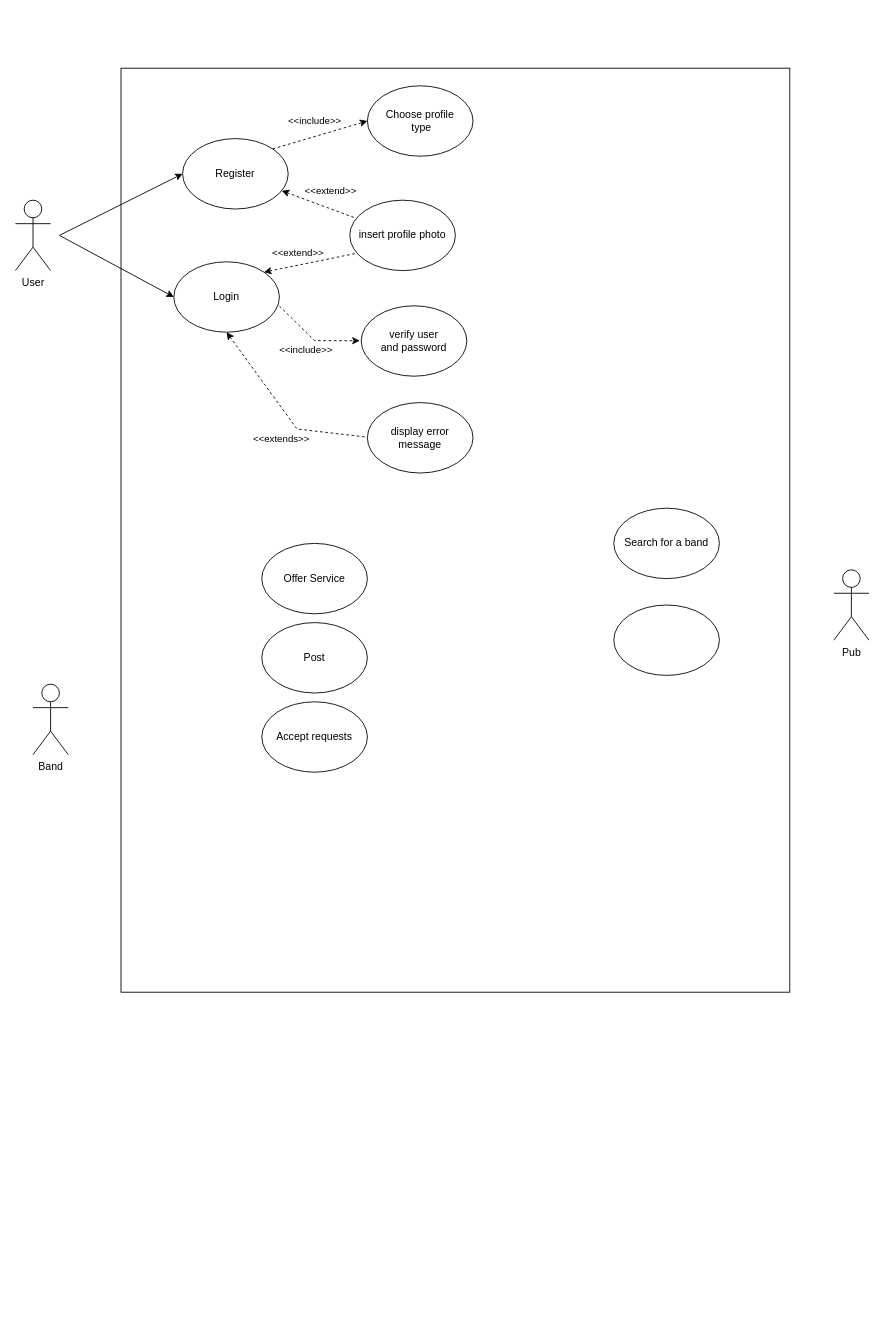
This is 01. Introdução POO/Untitled Diagram.drawio from hgrafa/diagrams-black-hole, a draw.io file, before an edit. Source tidied: cells renumbered, new cells numbered last; positions are measured from the earlier drawing's top-left corner, leaving out a move shared by most shapes. Both pictures are drawn from the tidied source at 88%, with x=0, y=0 at pixel (15, 68).
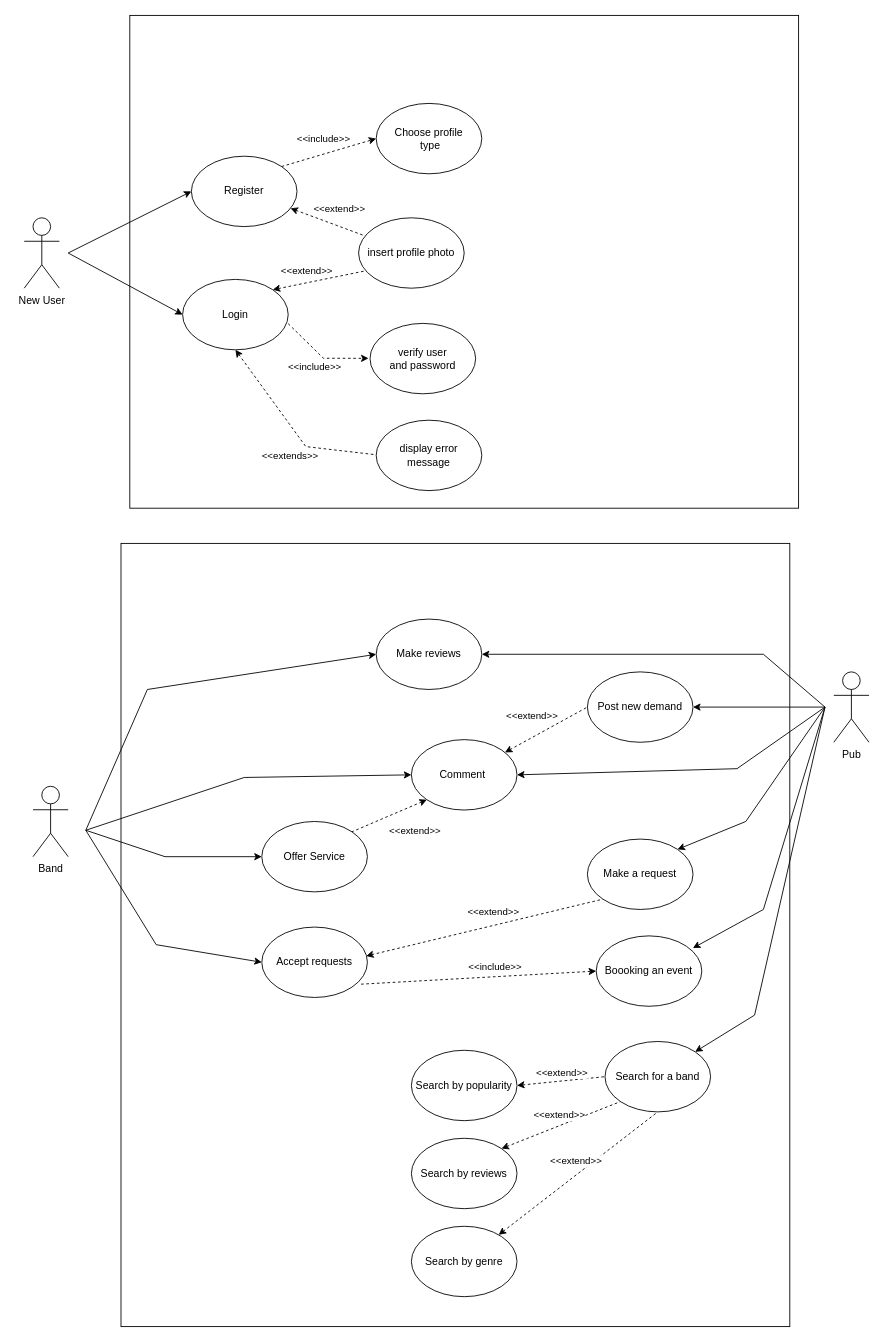
The same diagram, later.

Commit message:
Updating findmyart use case diagrams

Diff of the diagram source:
```diff
@@
+    <mxCell id="29" style="rounded=0;whiteSpace=wrap;html=1;" parent="1" vertex="1">
+      <mxGeometry x="120" y="540" width="760" height="890" as="geometry" />
+    </mxCell>
     <mxCell id="2" style="rounded=0;whiteSpace=wrap;html=1;" parent="1" vertex="1">
-      <mxGeometry x="120" width="760" height="1050" as="geometry" />
+      <mxGeometry x="130" y="-60" width="760" height="560" as="geometry" />
     </mxCell>
-    <mxCell id="3" value="User" style="shape=umlActor;verticalLabelPosition=bottom;verticalAlign=top;html=1;" parent="1" vertex="1">
-      <mxGeometry y="150" width="40" height="80" as="geometry" />
+    <mxCell id="3" value="New User" style="shape=umlActor;verticalLabelPosition=bottom;verticalAlign=top;html=1;" parent="1" vertex="1">
+      <mxGeometry x="10" y="170" width="40" height="80" as="geometry" />
     </mxCell>
     <mxCell id="4" value="Login" style="ellipse;whiteSpace=wrap;html=1;" parent="1" vertex="1">
-      <mxGeometry x="180" y="220" width="120" height="80" as="geometry" />
+      <mxGeometry x="190" y="240" width="120" height="80" as="geometry" />
     </mxCell>
     <mxCell id="5" value="Pub" style="shape=umlActor;verticalLabelPosition=bottom;verticalAlign=top;html=1;" parent="1" vertex="1">
-      <mxGeometry x="930" y="570" width="40" height="80" as="geometry" />
+      <mxGeometry x="930" y="686" width="40" height="80" as="geometry" />
     </mxCell>
     <mxCell id="6" style="endArrow=classic;html=1;rounded=0;entryX=0;entryY=0.5;entryDx=0;entryDy=0;" parent="1" edge="1" target="4">
       <mxGeometry relative="1" as="geometry">
-        <mxPoint x="50" y="190" as="sourcePoint" />
+        <mxPoint x="60" y="210" as="sourcePoint" />
       </mxGeometry>
     </mxCell>
     <mxCell id="7" value="Register" style="ellipse;whiteSpace=wrap;html=1;" parent="1" vertex="1">
-      <mxGeometry x="190" y="80" width="120" height="80" as="geometry" />
+      <mxGeometry x="200" y="100" width="120" height="80" as="geometry" />
     </mxCell>
     <mxCell id="8" style="endArrow=classic;html=1;rounded=0;entryX=0;entryY=0.5;entryDx=0;entryDy=0;" parent="1" edge="1" target="7">
       <mxGeometry relative="1" as="geometry">
-        <mxPoint x="50" y="190" as="sourcePoint" />
+        <mxPoint x="60" y="210" as="sourcePoint" />
       </mxGeometry>
     </mxCell>
     <mxCell id="9" value="Choose profile&lt;br&gt;&amp;nbsp;type" style="ellipse;whiteSpace=wrap;html=1;" parent="1" vertex="1">
-      <mxGeometry x="400" y="20" width="120" height="80" as="geometry" />
+      <mxGeometry x="410" y="40" width="120" height="80" as="geometry" />
     </mxCell>
     <mxCell id="10" value="insert profile photo" style="ellipse;whiteSpace=wrap;html=1;" parent="1" vertex="1">
-      <mxGeometry x="380" y="150" width="120" height="80" as="geometry" />
+      <mxGeometry x="390" y="170" width="120" height="80" as="geometry" />
     </mxCell>
@@
-    <mxCell id="15" style="endArrow=classic;html=1;rounded=0;dashed=1;exitX=1;exitY=0;exitDx=0;exitDy=0;entryX=0;entryY=0.5;entryDx=0;entryDy=0;" parent="1" edge="1" source="7" target="9">
-      <mxGeometry relative="1" as="geometry" />
+    <mxCell id="15" style="endArrow=classic;html=1;rounded=0;dashed=1;exitX=1;exitY=0;exitDx=0;exitDy=0;" parent="1" edge="1" source="7">
+      <mxGeometry relative="1" as="geometry">
+        <mxPoint x="410" y="80" as="targetPoint" />
+      </mxGeometry>
     </mxCell>
@@
     <mxCell id="17" value="verify user&lt;br&gt;and password" style="ellipse;whiteSpace=wrap;html=1;" parent="1" vertex="1">
-      <mxGeometry x="393" y="270" width="120" height="80" as="geometry" />
+      <mxGeometry x="403" y="290" width="120" height="80" as="geometry" />
     </mxCell>
     <mxCell id="18" style="endArrow=classic;html=1;rounded=0;dashed=1;exitX=1;exitY=0;exitDx=0;exitDy=0;entryX=0.011;entryY=0.638;entryDx=0;entryDy=0;entryPerimeter=0;" parent="1" edge="1">
       <mxGeometry relative="1" as="geometry">
-        <mxPoint x="300" y="270.3" as="sourcePoint" />
-        <mxPoint x="391.3" y="309.7" as="targetPoint" />
+        <mxPoint x="310" y="290.3" as="sourcePoint" />
+        <mxPoint x="401.3" y="329.7" as="targetPoint" />
         <Array as="points">
-          <mxPoint x="340" y="309.6" />
+          <mxPoint x="350" y="329.6" />
         </Array>
       </mxGeometry>
     </mxCell>
@@
     <mxCell id="20" value="display error&lt;br&gt;message" style="ellipse;whiteSpace=wrap;html=1;" parent="1" vertex="1">
-      <mxGeometry x="400" y="380" width="120" height="80" as="geometry" />
+      <mxGeometry x="410" y="400" width="120" height="80" as="geometry" />
     </mxCell>
     <mxCell id="21" style="endArrow=none;html=1;rounded=0;dashed=1;entryX=0.011;entryY=0.638;entryDx=0;entryDy=0;entryPerimeter=0;exitX=0.5;exitY=1;exitDx=0;exitDy=0;endFill=0;startArrow=classic;startFill=1;" parent="1" edge="1" source="4">
       <mxGeometry relative="1" as="geometry">
-        <mxPoint x="400" y="419.3" as="targetPoint" />
+        <mxPoint x="410" y="439.3" as="targetPoint" />
         <Array as="points">
-          <mxPoint x="320" y="410" />
+          <mxPoint x="330" y="430" />
         </Array>
       </mxGeometry>
     </mxCell>
@@
     <mxCell id="23" value="Band" style="shape=umlActor;verticalLabelPosition=bottom;verticalAlign=top;html=1;" parent="1" vertex="1">
-      <mxGeometry x="20" y="700" width="40" height="80" as="geometry" />
+      <mxGeometry x="20" y="816" width="40" height="80" as="geometry" />
     </mxCell>
     <mxCell id="24" value="Offer Service" style="ellipse;whiteSpace=wrap;html=1;" parent="1" vertex="1">
-      <mxGeometry x="280" y="540" width="120" height="80" as="geometry" />
+      <mxGeometry x="280" y="856" width="120" height="80" as="geometry" />
     </mxCell>
-    <mxCell id="25" value="Post" style="ellipse;whiteSpace=wrap;html=1;" parent="1" vertex="1">
-      <mxGeometry x="280" y="630" width="120" height="80" as="geometry" />
+    <mxCell id="25" value="Comment&amp;nbsp;" style="ellipse;whiteSpace=wrap;html=1;" parent="1" vertex="1">
+      <mxGeometry x="450" y="763" width="120" height="80" as="geometry" />
     </mxCell>
     <mxCell id="26" value="Accept requests" style="ellipse;whiteSpace=wrap;html=1;" parent="1" vertex="1">
-      <mxGeometry x="280" y="720" width="120" height="80" as="geometry" />
+      <mxGeometry x="280" y="976" width="120" height="80" as="geometry" />
     </mxCell>
     <mxCell id="27" value="Search for a band" style="ellipse;whiteSpace=wrap;html=1;" parent="1" vertex="1">
-      <mxGeometry x="680" y="500" width="120" height="80" as="geometry" />
+      <mxGeometry x="670" y="1106" width="120" height="80" as="geometry" />
     </mxCell>
-    <mxCell id="28" style="ellipse;whiteSpace=wrap;html=1;" parent="1" vertex="1">
-      <mxGeometry x="680" y="610" width="120" height="80" as="geometry" />
+    <mxCell id="28" value="Post new demand" style="ellipse;whiteSpace=wrap;html=1;" parent="1" vertex="1">
+      <mxGeometry x="650" y="686" width="120" height="80" as="geometry" />
     </mxCell>
+    <mxCell id="30" value="Make reviews" style="ellipse;whiteSpace=wrap;html=1;" parent="1" vertex="1">
+      <mxGeometry x="410" y="626" width="120" height="80" as="geometry" />
+    </mxCell>
+    <mxCell id="31" style="endArrow=none;html=1;rounded=0;dashed=1;endFill=0;startArrow=classic;startFill=1;entryX=0;entryY=0.5;entryDx=0;entryDy=0;" parent="1" edge="1" source="25" target="28">
+      <mxGeometry relative="1" as="geometry" />
+    </mxCell>
+    <mxCell id="32" value="&amp;lt;&amp;lt;extend&amp;gt;&amp;gt;" style="edgeLabel;html=1;align=center;verticalAlign=middle;" parent="31" vertex="1">
+      <mxGeometry x="0.31" y="-1" relative="1" as="geometry">
+        <mxPoint x="-32" y="-9" as="offset" />
+      </mxGeometry>
+    </mxCell>
+    <mxCell id="33" style="endArrow=classic;html=1;rounded=0;entryX=1;entryY=0.5;entryDx=0;entryDy=0;" parent="1" edge="1" target="28">
+      <mxGeometry relative="1" as="geometry">
+        <mxPoint x="920" y="726" as="sourcePoint" />
+      </mxGeometry>
+    </mxCell>
+    <mxCell id="34" style="endArrow=classic;html=1;rounded=0;entryX=0;entryY=0.5;entryDx=0;entryDy=0;" parent="1" edge="1" target="30">
+      <mxGeometry relative="1" as="geometry">
+        <mxPoint x="80" y="866" as="sourcePoint" />
+        <Array as="points">
+          <mxPoint x="150" y="706" />
+        </Array>
+      </mxGeometry>
+    </mxCell>
+    <mxCell id="35" style="endArrow=classic;html=1;rounded=0;entryX=1;entryY=0.5;entryDx=0;entryDy=0;" parent="1" edge="1" target="30">
+      <mxGeometry relative="1" as="geometry">
+        <mxPoint x="920" y="726" as="sourcePoint" />
+        <Array as="points">
+          <mxPoint x="850" y="666" />
+        </Array>
+      </mxGeometry>
+    </mxCell>
+    <mxCell id="36" style="endArrow=classic;html=1;rounded=0;entryX=0;entryY=0.5;entryDx=0;entryDy=0;" parent="1" edge="1" target="25">
+      <mxGeometry relative="1" as="geometry">
+        <mxPoint x="80" y="866" as="sourcePoint" />
+        <Array as="points">
+          <mxPoint x="260" y="806" />
+        </Array>
+      </mxGeometry>
+    </mxCell>
+    <mxCell id="37" value="Boooking an event" style="ellipse;whiteSpace=wrap;html=1;" parent="1" vertex="1">
+      <mxGeometry x="660" y="986" width="120" height="80" as="geometry" />
+    </mxCell>
+    <mxCell id="38" style="endArrow=classic;html=1;rounded=0;entryX=0;entryY=0.5;entryDx=0;entryDy=0;" parent="1" edge="1" target="24">
+      <mxGeometry relative="1" as="geometry">
+        <mxPoint x="80" y="866" as="sourcePoint" />
+        <Array as="points">
+          <mxPoint x="170" y="896" />
+        </Array>
+      </mxGeometry>
+    </mxCell>
+    <mxCell id="39" style="endArrow=classic;html=1;rounded=0;entryX=0;entryY=0.5;entryDx=0;entryDy=0;" parent="1" edge="1" target="26">
+      <mxGeometry relative="1" as="geometry">
+        <mxPoint x="80" y="866" as="sourcePoint" />
+        <Array as="points">
+          <mxPoint x="160" y="996" />
+        </Array>
+      </mxGeometry>
+    </mxCell>
+    <mxCell id="40" value="Make a request" style="ellipse;whiteSpace=wrap;html=1;" parent="1" vertex="1">
+      <mxGeometry x="650" y="876" width="120" height="80" as="geometry" />
+    </mxCell>
+    <mxCell id="41" style="endArrow=classic;html=1;rounded=0;entryX=1;entryY=0;entryDx=0;entryDy=0;" parent="1" edge="1" target="40">
+      <mxGeometry relative="1" as="geometry">
+        <mxPoint x="920" y="726" as="sourcePoint" />
+        <Array as="points">
+          <mxPoint x="830" y="856" />
+        </Array>
+      </mxGeometry>
+    </mxCell>
+    <mxCell id="42" style="endArrow=none;html=1;rounded=0;dashed=1;endFill=0;startArrow=classic;startFill=1;exitX=0.988;exitY=0.411;exitDx=0;exitDy=0;entryX=0;entryY=1;entryDx=0;entryDy=0;exitPerimeter=0;" parent="1" edge="1" source="26" target="40">
+      <mxGeometry relative="1" as="geometry" />
+    </mxCell>
+    <mxCell id="43" value="&amp;lt;&amp;lt;extend&amp;gt;&amp;gt;" style="edgeLabel;html=1;align=center;verticalAlign=middle;" parent="42" vertex="1">
+      <mxGeometry x="0.31" y="-1" relative="1" as="geometry">
+        <mxPoint x="-32" y="-9" as="offset" />
+      </mxGeometry>
+    </mxCell>
+    <mxCell id="44" style="endArrow=classic;html=1;rounded=0;entryX=0.916;entryY=0.173;entryDx=0;entryDy=0;entryPerimeter=0;" parent="1" edge="1" target="37">
+      <mxGeometry relative="1" as="geometry">
+        <mxPoint x="920" y="726" as="sourcePoint" />
+        <Array as="points">
+          <mxPoint x="850" y="956" />
+        </Array>
+      </mxGeometry>
+    </mxCell>
+    <mxCell id="45" style="endArrow=classic;html=1;rounded=0;dashed=1;exitX=0.94;exitY=0.811;exitDx=0;exitDy=0;entryX=0;entryY=0.5;entryDx=0;entryDy=0;exitPerimeter=0;" parent="1" edge="1" source="26" target="37">
+      <mxGeometry relative="1" as="geometry" />
+    </mxCell>
+    <mxCell id="46" value="&amp;lt;&amp;lt;include&amp;gt;&amp;gt;" style="edgeLabel;html=1;align=center;verticalAlign=middle;" parent="45" vertex="1">
+      <mxGeometry x="0.32" y="-3" relative="1" as="geometry">
+        <mxPoint x="-25" y="-14" as="offset" />
+      </mxGeometry>
+    </mxCell>
+    <mxCell id="47" style="endArrow=classic;html=1;rounded=0;entryX=1;entryY=0.5;entryDx=0;entryDy=0;" parent="1" edge="1" target="25">
+      <mxGeometry relative="1" as="geometry">
+        <mxPoint x="920" y="726" as="sourcePoint" />
+        <Array as="points">
+          <mxPoint x="820" y="796" />
+        </Array>
+      </mxGeometry>
+    </mxCell>
+    <mxCell id="48" style="endArrow=none;html=1;rounded=0;dashed=1;endFill=0;startArrow=classic;startFill=1;entryX=1;entryY=0;entryDx=0;entryDy=0;exitX=0;exitY=1;exitDx=0;exitDy=0;" parent="1" edge="1" source="25" target="24">
+      <mxGeometry relative="1" as="geometry" />
+    </mxCell>
+    <mxCell id="49" value="&amp;lt;&amp;lt;extend&amp;gt;&amp;gt;" style="edgeLabel;html=1;align=center;verticalAlign=middle;" parent="48" vertex="1">
+      <mxGeometry x="0.31" y="-1" relative="1" as="geometry">
+        <mxPoint x="42" y="12" as="offset" />
+      </mxGeometry>
+    </mxCell>
+    <mxCell id="50" style="endArrow=classic;html=1;rounded=0;entryX=1;entryY=0;entryDx=0;entryDy=0;" parent="1" edge="1" target="27">
+      <mxGeometry relative="1" as="geometry">
+        <mxPoint x="920" y="726" as="sourcePoint" />
+        <Array as="points">
+          <mxPoint x="840" y="1076" />
+        </Array>
+      </mxGeometry>
+    </mxCell>
+    <mxCell id="51" style="endArrow=none;html=1;rounded=0;dashed=1;endFill=0;startArrow=classic;startFill=1;exitX=1;exitY=0.5;exitDx=0;exitDy=0;entryX=0;entryY=0.5;entryDx=0;entryDy=0;" parent="1" edge="1" source="53" target="27">
+      <mxGeometry relative="1" as="geometry" />
+    </mxCell>
+    <mxCell id="52" value="&amp;lt;&amp;lt;extend&amp;gt;&amp;gt;" style="edgeLabel;html=1;align=center;verticalAlign=middle;" parent="51" vertex="1">
+      <mxGeometry x="0.31" y="-1" relative="1" as="geometry">
+        <mxPoint x="-15" y="-9" as="offset" />
+      </mxGeometry>
+    </mxCell>
+    <mxCell id="53" value="Search by popularity" style="ellipse;whiteSpace=wrap;html=1;" parent="1" vertex="1">
+      <mxGeometry x="450" y="1116" width="120" height="80" as="geometry" />
+    </mxCell>
+    <mxCell id="54" value="Search by reviews" style="ellipse;whiteSpace=wrap;html=1;" parent="1" vertex="1">
+      <mxGeometry x="450" y="1216" width="120" height="80" as="geometry" />
+    </mxCell>
+    <mxCell id="55" style="endArrow=none;html=1;rounded=0;dashed=1;endFill=0;startArrow=classic;startFill=1;exitX=1;exitY=0;exitDx=0;exitDy=0;entryX=0;entryY=1;entryDx=0;entryDy=0;" parent="1" edge="1" source="54" target="27">
+      <mxGeometry relative="1" as="geometry" />
+    </mxCell>
+    <mxCell id="56" value="&amp;lt;&amp;lt;extend&amp;gt;&amp;gt;" style="edgeLabel;html=1;align=center;verticalAlign=middle;" parent="55" vertex="1">
+      <mxGeometry x="0.31" y="-1" relative="1" as="geometry">
+        <mxPoint x="-24" y="-4" as="offset" />
+      </mxGeometry>
+    </mxCell>
+    <mxCell id="57" value="Search by genre" style="ellipse;whiteSpace=wrap;html=1;" parent="1" vertex="1">
+      <mxGeometry x="450" y="1316" width="120" height="80" as="geometry" />
+    </mxCell>
+    <mxCell id="58" style="endArrow=none;html=1;rounded=0;dashed=1;endFill=0;startArrow=classic;startFill=1;entryX=0.5;entryY=1;entryDx=0;entryDy=0;" parent="1" edge="1" source="57" target="27">
+      <mxGeometry relative="1" as="geometry" />
+    </mxCell>
+    <mxCell id="59" value="&amp;lt;&amp;lt;extend&amp;gt;&amp;gt;" style="edgeLabel;html=1;align=center;verticalAlign=middle;" parent="58" vertex="1">
+      <mxGeometry x="0.31" y="-1" relative="1" as="geometry">
+        <mxPoint x="-32" y="7" as="offset" />
+      </mxGeometry>
+    </mxCell>
```
